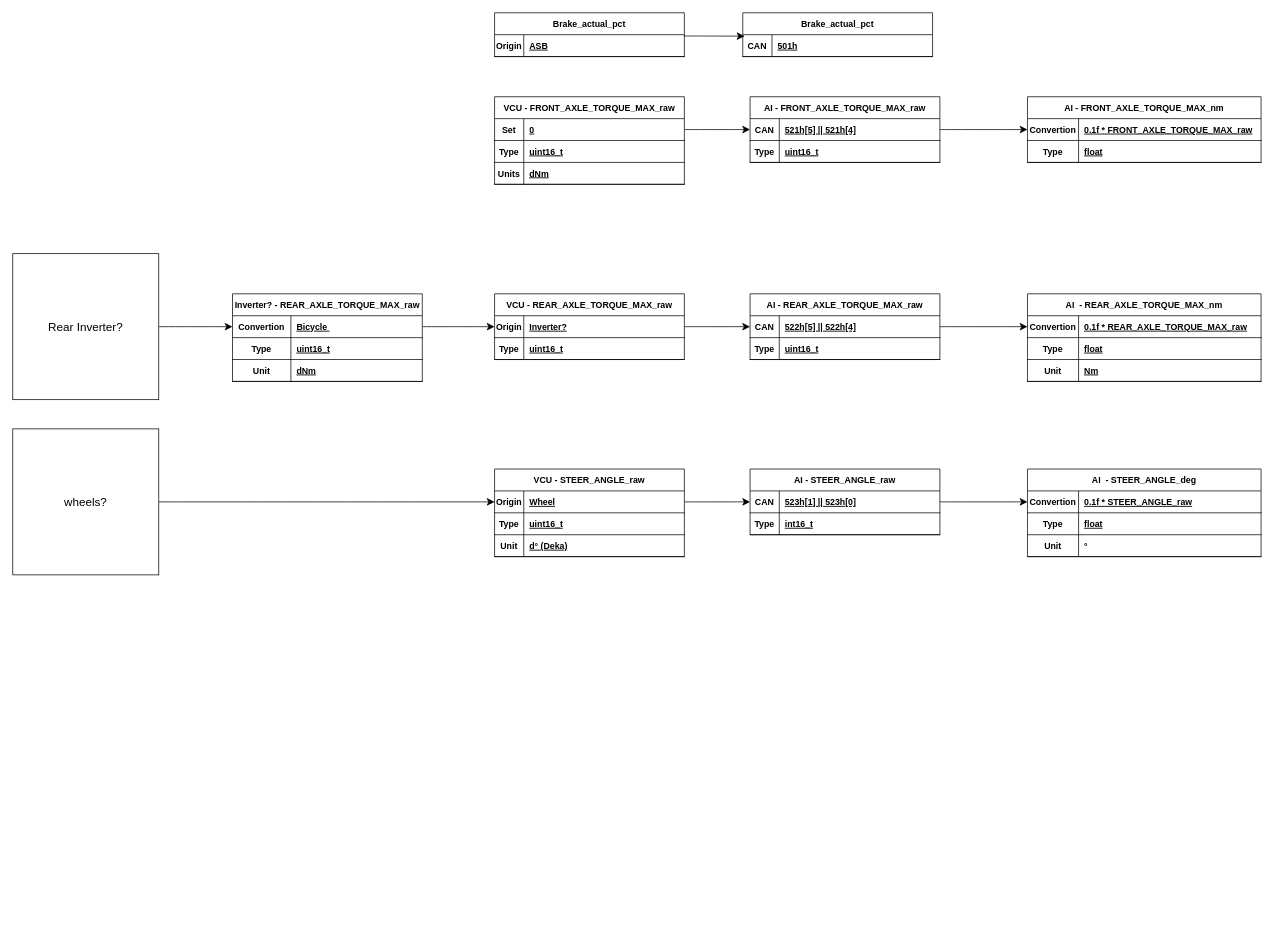
The draw.io diagram VCUFlowchart.drawio in swpinkerton/UGR-ASSI-function-for-Vehicle-control-unit-with-tests, before the edit. Source tidied: cells renumbered, new cells numbered last; positions are measured from the earlier drawing's top-left corner, leaving out a move shared by most shapes. Both pictures are drawn from the tidied source at 73%, with x=0, y=0 at pixel (12, 12).
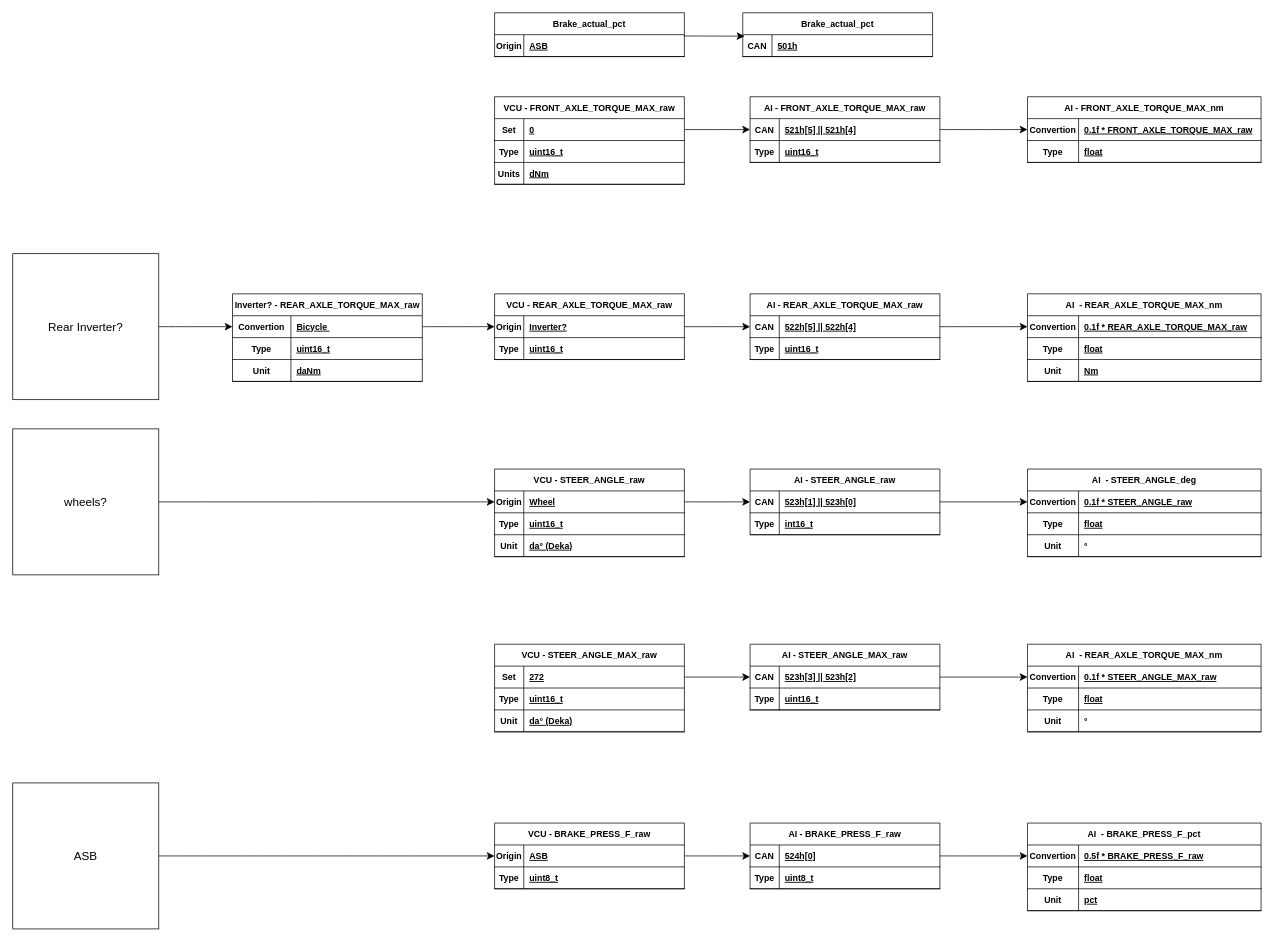
Above is the later version.

The change refers to these unchanged cells:
```xml
<mxCell id="70" style="shape=partialRectangle;fillColor=none;top=0;left=0;right=0;bottom=1;" parent="63" vertex="1">
  <mxGeometry y="90" width="260" height="30" as="geometry" />
</mxCell>
<mxCell id="83" style="shape=partialRectangle;fillColor=none;top=0;left=0;right=0;bottom=1;" parent="76" vertex="1">
  <mxGeometry y="90" width="260" height="30" as="geometry" />
</mxCell>
```

Diff of the diagram source:
```diff
@@
-    <mxCell id="72" value="dNm" style="shape=partialRectangle;overflow=hidden;fillColor=none;top=0;left=0;bottom=0;right=0;align=left;spacingLeft=6;fontStyle=5;" parent="70" vertex="1">
+    <mxCell id="72" value="daNm" style="shape=partialRectangle;overflow=hidden;fillColor=none;top=0;left=0;bottom=0;right=0;align=left;spacingLeft=6;fontStyle=5;" parent="70" vertex="1">
       <mxGeometry x="80" width="180" height="30" as="geometry" />
     </mxCell>
@@
-    <mxCell id="85" value="d° (Deka)" style="shape=partialRectangle;overflow=hidden;fillColor=none;top=0;left=0;bottom=0;right=0;align=left;spacingLeft=6;fontStyle=5;" parent="83" vertex="1">
+    <mxCell id="85" value="da° (Deka)" style="shape=partialRectangle;overflow=hidden;fillColor=none;top=0;left=0;bottom=0;right=0;align=left;spacingLeft=6;fontStyle=5;" parent="83" vertex="1">
       <mxGeometry x="40" width="220" height="30" as="geometry" />
     </mxCell>
@@
+    <mxCell id="107" value="VCU - STEER_ANGLE_MAX_raw" style="shape=table;startSize=30;childLayout=tableLayout;rowLines=0;fontStyle=1;align=center;" parent="1" vertex="1">
+      <mxGeometry x="660" y="865" width="260" height="120" as="geometry" />
+    </mxCell>
+    <mxCell id="108" style="shape=partialRectangle;fillColor=none;points=[[0,0.5],[1,0.5]];portConstraint=eastwest;top=0;left=0;right=0;bottom=1;" parent="107" vertex="1">
+      <mxGeometry y="30" width="260" height="30" as="geometry" />
+    </mxCell>
+    <mxCell id="109" value="Set" style="shape=partialRectangle;overflow=hidden;fillColor=none;top=0;left=0;bottom=0;right=0;fontStyle=1;" parent="108" vertex="1">
+      <mxGeometry width="40" height="30" as="geometry" />
+    </mxCell>
+    <mxCell id="110" value="272" style="shape=partialRectangle;overflow=hidden;fillColor=none;top=0;left=0;bottom=0;right=0;align=left;spacingLeft=6;fontStyle=5;" parent="108" vertex="1">
+      <mxGeometry x="40" width="220" height="30" as="geometry" />
+    </mxCell>
+    <mxCell id="111" style="shape=partialRectangle;fillColor=none;top=0;left=0;right=0;bottom=1;" parent="107" vertex="1">
+      <mxGeometry y="60" width="260" height="30" as="geometry" />
+    </mxCell>
+    <mxCell id="112" value="Type" style="shape=partialRectangle;overflow=hidden;fillColor=none;top=0;left=0;bottom=0;right=0;fontStyle=1;" parent="111" vertex="1">
+      <mxGeometry width="40" height="30" as="geometry" />
+    </mxCell>
+    <mxCell id="113" value="uint16_t" style="shape=partialRectangle;overflow=hidden;fillColor=none;top=0;left=0;bottom=0;right=0;align=left;spacingLeft=6;fontStyle=5;" parent="111" vertex="1">
+      <mxGeometry x="40" width="220" height="30" as="geometry" />
+    </mxCell>
+    <mxCell id="114" style="shape=partialRectangle;fillColor=none;top=0;left=0;right=0;bottom=1;" parent="107" vertex="1">
+      <mxGeometry y="90" width="260" height="30" as="geometry" />
+    </mxCell>
+    <mxCell id="115" value="Unit" style="shape=partialRectangle;overflow=hidden;fillColor=none;top=0;left=0;bottom=0;right=0;fontStyle=1;" parent="114" vertex="1">
+      <mxGeometry width="40" height="30" as="geometry" />
+    </mxCell>
+    <mxCell id="116" value="da° (Deka)" style="shape=partialRectangle;overflow=hidden;fillColor=none;top=0;left=0;bottom=0;right=0;align=left;spacingLeft=6;fontStyle=5;" parent="114" vertex="1">
+      <mxGeometry x="40" width="220" height="30" as="geometry" />
+    </mxCell>
+    <mxCell id="117" value="AI - STEER_ANGLE_MAX_raw" style="shape=table;startSize=30;childLayout=tableLayout;rowLines=0;fontStyle=1;align=center;" parent="1" vertex="1">
+      <mxGeometry x="1010" y="865" width="260" height="90" as="geometry" />
+    </mxCell>
+    <mxCell id="118" style="shape=partialRectangle;fillColor=none;points=[[0,0.5],[1,0.5]];portConstraint=eastwest;top=0;left=0;right=0;bottom=1;" parent="117" vertex="1">
+      <mxGeometry y="30" width="260" height="30" as="geometry" />
+    </mxCell>
+    <mxCell id="119" value="CAN" style="shape=partialRectangle;overflow=hidden;fillColor=none;top=0;left=0;bottom=0;right=0;fontStyle=1;" parent="118" vertex="1">
+      <mxGeometry width="40" height="30" as="geometry" />
+    </mxCell>
+    <mxCell id="120" value="523h[3] || 523h[2]" style="shape=partialRectangle;overflow=hidden;fillColor=none;top=0;left=0;bottom=0;right=0;align=left;spacingLeft=6;fontStyle=5;" parent="118" vertex="1">
+      <mxGeometry x="40" width="220" height="30" as="geometry" />
+    </mxCell>
+    <mxCell id="121" style="shape=partialRectangle;fillColor=none;top=0;left=0;right=0;bottom=1;" parent="117" vertex="1">
+      <mxGeometry y="60" width="260" height="30" as="geometry" />
+    </mxCell>
+    <mxCell id="122" value="Type" style="shape=partialRectangle;overflow=hidden;fillColor=none;top=0;left=0;bottom=0;right=0;fontStyle=1;" parent="121" vertex="1">
+      <mxGeometry width="40" height="30" as="geometry" />
+    </mxCell>
+    <mxCell id="123" value="uint16_t" style="shape=partialRectangle;overflow=hidden;fillColor=none;top=0;left=0;bottom=0;right=0;align=left;spacingLeft=6;fontStyle=5;" parent="121" vertex="1">
+      <mxGeometry x="40" width="220" height="30" as="geometry" />
+    </mxCell>
+    <mxCell id="124" style="edgeStyle=none;curved=1;rounded=0;jettySize=auto;html=1;entryX=0;entryY=0.5;entryDx=0;entryDy=0;fontSize=12;startSize=8;endSize=8;" parent="1" edge="1" source="108" target="118">
+      <mxGeometry relative="1" as="geometry" />
+    </mxCell>
+    <mxCell id="125" value="AI  - REAR_AXLE_TORQUE_MAX_nm" style="shape=table;startSize=30;childLayout=tableLayout;rowLines=0;fontStyle=1;align=center;" parent="1" vertex="1">
+      <mxGeometry x="1390" y="865" width="320" height="120" as="geometry" />
+    </mxCell>
+    <mxCell id="126" style="shape=partialRectangle;fillColor=none;points=[[0,0.5],[1,0.5]];portConstraint=eastwest;top=0;left=0;right=0;bottom=1;" parent="125" vertex="1">
+      <mxGeometry y="30" width="320" height="30" as="geometry" />
+    </mxCell>
+    <mxCell id="127" value="Convertion" style="shape=partialRectangle;overflow=hidden;fillColor=none;top=0;left=0;bottom=0;right=0;fontStyle=1;" parent="126" vertex="1">
+      <mxGeometry width="70" height="30" as="geometry" />
+    </mxCell>
+    <mxCell id="128" value="0.1f * STEER_ANGLE_MAX_raw" style="shape=partialRectangle;overflow=hidden;fillColor=none;top=0;left=0;bottom=0;right=0;align=left;spacingLeft=6;fontStyle=5;" parent="126" vertex="1">
+      <mxGeometry x="70" width="250" height="30" as="geometry" />
+    </mxCell>
+    <mxCell id="129" style="shape=partialRectangle;fillColor=none;top=0;left=0;right=0;bottom=1;" parent="125" vertex="1">
+      <mxGeometry y="60" width="320" height="30" as="geometry" />
+    </mxCell>
+    <mxCell id="130" value="Type" style="shape=partialRectangle;overflow=hidden;fillColor=none;top=0;left=0;bottom=0;right=0;fontStyle=1;" parent="129" vertex="1">
+      <mxGeometry width="70" height="30" as="geometry" />
+    </mxCell>
+    <mxCell id="131" value="float" style="shape=partialRectangle;overflow=hidden;fillColor=none;top=0;left=0;bottom=0;right=0;align=left;spacingLeft=6;fontStyle=5;" parent="129" vertex="1">
+      <mxGeometry x="70" width="250" height="30" as="geometry" />
+    </mxCell>
+    <mxCell id="132" style="shape=partialRectangle;fillColor=none;top=0;left=0;right=0;bottom=1;" parent="125" vertex="1">
+      <mxGeometry y="90" width="320" height="30" as="geometry" />
+    </mxCell>
+    <mxCell id="133" value="Unit" style="shape=partialRectangle;overflow=hidden;fillColor=none;top=0;left=0;bottom=0;right=0;fontStyle=1;" parent="132" vertex="1">
+      <mxGeometry width="70" height="30" as="geometry" />
+    </mxCell>
+    <mxCell id="134" value="°" style="shape=partialRectangle;overflow=hidden;fillColor=none;top=0;left=0;bottom=0;right=0;align=left;spacingLeft=6;fontStyle=1;" parent="132" vertex="1">
+      <mxGeometry x="70" width="250" height="30" as="geometry" />
+    </mxCell>
+    <mxCell id="135" style="edgeStyle=none;curved=1;rounded=0;jettySize=auto;html=1;entryX=0;entryY=0.5;entryDx=0;entryDy=0;fontSize=12;startSize=8;endSize=8;" parent="1" edge="1" source="118" target="126">
+      <mxGeometry relative="1" as="geometry" />
+    </mxCell>
+    <mxCell id="136" value="VCU - BRAKE_PRESS_F_raw" style="shape=table;startSize=30;childLayout=tableLayout;rowLines=0;fontStyle=1;align=center;" parent="1" vertex="1">
+      <mxGeometry x="660" y="1110" width="260" height="90" as="geometry" />
+    </mxCell>
+    <mxCell id="137" style="shape=partialRectangle;fillColor=none;points=[[0,0.5],[1,0.5]];portConstraint=eastwest;top=0;left=0;right=0;bottom=1;" parent="136" vertex="1">
+      <mxGeometry y="30" width="260" height="30" as="geometry" />
+    </mxCell>
+    <mxCell id="138" value="Origin" style="shape=partialRectangle;overflow=hidden;fillColor=none;top=0;left=0;bottom=0;right=0;fontStyle=1;" parent="137" vertex="1">
+      <mxGeometry width="40" height="30" as="geometry" />
+    </mxCell>
+    <mxCell id="139" value="ASB" style="shape=partialRectangle;overflow=hidden;fillColor=none;top=0;left=0;bottom=0;right=0;align=left;spacingLeft=6;fontStyle=5;" parent="137" vertex="1">
+      <mxGeometry x="40" width="220" height="30" as="geometry" />
+    </mxCell>
+    <mxCell id="140" style="shape=partialRectangle;fillColor=none;top=0;left=0;right=0;bottom=1;" parent="136" vertex="1">
+      <mxGeometry y="60" width="260" height="30" as="geometry" />
+    </mxCell>
+    <mxCell id="141" value="Type" style="shape=partialRectangle;overflow=hidden;fillColor=none;top=0;left=0;bottom=0;right=0;fontStyle=1;" parent="140" vertex="1">
+      <mxGeometry width="40" height="30" as="geometry" />
+    </mxCell>
+    <mxCell id="142" value="uint8_t" style="shape=partialRectangle;overflow=hidden;fillColor=none;top=0;left=0;bottom=0;right=0;align=left;spacingLeft=6;fontStyle=5;" parent="140" vertex="1">
+      <mxGeometry x="40" width="220" height="30" as="geometry" />
+    </mxCell>
+    <mxCell id="143" value="AI - BRAKE_PRESS_F_raw" style="shape=table;startSize=30;childLayout=tableLayout;rowLines=0;fontStyle=1;align=center;" parent="1" vertex="1">
+      <mxGeometry x="1010" y="1110" width="260" height="90" as="geometry" />
+    </mxCell>
+    <mxCell id="144" style="shape=partialRectangle;fillColor=none;points=[[0,0.5],[1,0.5]];portConstraint=eastwest;top=0;left=0;right=0;bottom=1;" parent="143" vertex="1">
+      <mxGeometry y="30" width="260" height="30" as="geometry" />
+    </mxCell>
+    <mxCell id="145" value="CAN" style="shape=partialRectangle;overflow=hidden;fillColor=none;top=0;left=0;bottom=0;right=0;fontStyle=1;" parent="144" vertex="1">
+      <mxGeometry width="40" height="30" as="geometry" />
+    </mxCell>
+    <mxCell id="146" value="524h[0]" style="shape=partialRectangle;overflow=hidden;fillColor=none;top=0;left=0;bottom=0;right=0;align=left;spacingLeft=6;fontStyle=5;" parent="144" vertex="1">
+      <mxGeometry x="40" width="220" height="30" as="geometry" />
+    </mxCell>
+    <mxCell id="147" style="shape=partialRectangle;fillColor=none;top=0;left=0;right=0;bottom=1;" parent="143" vertex="1">
+      <mxGeometry y="60" width="260" height="30" as="geometry" />
+    </mxCell>
+    <mxCell id="148" value="Type" style="shape=partialRectangle;overflow=hidden;fillColor=none;top=0;left=0;bottom=0;right=0;fontStyle=1;" parent="147" vertex="1">
+      <mxGeometry width="40" height="30" as="geometry" />
+    </mxCell>
+    <mxCell id="149" value="uint8_t" style="shape=partialRectangle;overflow=hidden;fillColor=none;top=0;left=0;bottom=0;right=0;align=left;spacingLeft=6;fontStyle=5;" parent="147" vertex="1">
+      <mxGeometry x="40" width="220" height="30" as="geometry" />
+    </mxCell>
+    <mxCell id="150" style="edgeStyle=none;curved=1;rounded=0;jettySize=auto;html=1;entryX=0;entryY=0.5;entryDx=0;entryDy=0;fontSize=12;startSize=8;endSize=8;" parent="1" edge="1" source="137" target="144">
+      <mxGeometry relative="1" as="geometry" />
+    </mxCell>
+    <mxCell id="151" value="AI  - BRAKE_PRESS_F_pct" style="shape=table;startSize=30;childLayout=tableLayout;rowLines=0;fontStyle=1;align=center;" parent="1" vertex="1">
+      <mxGeometry x="1390" y="1110" width="320" height="120" as="geometry" />
+    </mxCell>
+    <mxCell id="152" style="shape=partialRectangle;fillColor=none;points=[[0,0.5],[1,0.5]];portConstraint=eastwest;top=0;left=0;right=0;bottom=1;" parent="151" vertex="1">
+      <mxGeometry y="30" width="320" height="30" as="geometry" />
+    </mxCell>
+    <mxCell id="153" value="Convertion" style="shape=partialRectangle;overflow=hidden;fillColor=none;top=0;left=0;bottom=0;right=0;fontStyle=1;" parent="152" vertex="1">
+      <mxGeometry width="70" height="30" as="geometry" />
+    </mxCell>
+    <mxCell id="154" value="0.5f * BRAKE_PRESS_F_raw" style="shape=partialRectangle;overflow=hidden;fillColor=none;top=0;left=0;bottom=0;right=0;align=left;spacingLeft=6;fontStyle=5;" parent="152" vertex="1">
+      <mxGeometry x="70" width="250" height="30" as="geometry" />
+    </mxCell>
+    <mxCell id="155" style="shape=partialRectangle;fillColor=none;top=0;left=0;right=0;bottom=1;" parent="151" vertex="1">
+      <mxGeometry y="60" width="320" height="30" as="geometry" />
+    </mxCell>
+    <mxCell id="156" value="Type" style="shape=partialRectangle;overflow=hidden;fillColor=none;top=0;left=0;bottom=0;right=0;fontStyle=1;" parent="155" vertex="1">
+      <mxGeometry width="70" height="30" as="geometry" />
+    </mxCell>
+    <mxCell id="157" value="float" style="shape=partialRectangle;overflow=hidden;fillColor=none;top=0;left=0;bottom=0;right=0;align=left;spacingLeft=6;fontStyle=5;" parent="155" vertex="1">
+      <mxGeometry x="70" width="250" height="30" as="geometry" />
+    </mxCell>
+    <mxCell id="158" style="shape=partialRectangle;fillColor=none;top=0;left=0;right=0;bottom=1;" parent="151" vertex="1">
+      <mxGeometry y="90" width="320" height="30" as="geometry" />
+    </mxCell>
+    <mxCell id="159" value="Unit" style="shape=partialRectangle;overflow=hidden;fillColor=none;top=0;left=0;bottom=0;right=0;fontStyle=1;" parent="158" vertex="1">
+      <mxGeometry width="70" height="30" as="geometry" />
+    </mxCell>
+    <mxCell id="160" value="pct" style="shape=partialRectangle;overflow=hidden;fillColor=none;top=0;left=0;bottom=0;right=0;align=left;spacingLeft=6;fontStyle=5;" parent="158" vertex="1">
+      <mxGeometry x="70" width="250" height="30" as="geometry" />
+    </mxCell>
+    <mxCell id="161" style="edgeStyle=none;curved=1;rounded=0;jettySize=auto;html=1;entryX=0;entryY=0.5;entryDx=0;entryDy=0;fontSize=12;startSize=8;endSize=8;" parent="1" edge="1" source="144" target="152">
+      <mxGeometry relative="1" as="geometry" />
+    </mxCell>
+    <mxCell id="162" style="edgeStyle=none;curved=1;rounded=0;jettySize=auto;html=1;exitX=1;exitY=0.5;exitDx=0;exitDy=0;entryX=0;entryY=0.5;entryDx=0;entryDy=0;fontSize=12;startSize=8;endSize=8;" parent="1" edge="1" source="163" target="137">
+      <mxGeometry relative="1" as="geometry" />
+    </mxCell>
+    <mxCell id="163" value="ASB" style="whiteSpace=wrap;html=1;fontSize=16;" parent="1" vertex="1">
+      <mxGeometry y="1055" width="200" height="200" as="geometry" />
+    </mxCell>
```
